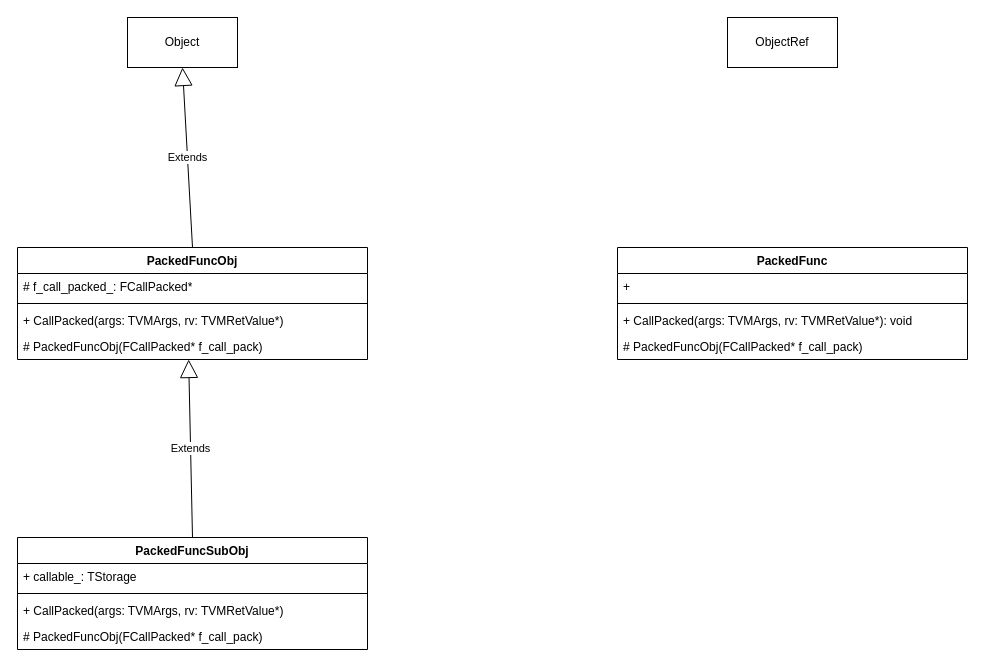
Earlier version of the draw.io diagram page "packed_func" (13 of 15) of runtime.drawio (gdhzyz/draws). Source tidied: cells renumbered, new cells numbered last; positions are measured from the earlier drawing's top-left corner, leaving out a move shared by most shapes. Both pictures are drawn from the tidied source at 100%, with x=0, y=0 at pixel (17, 17).
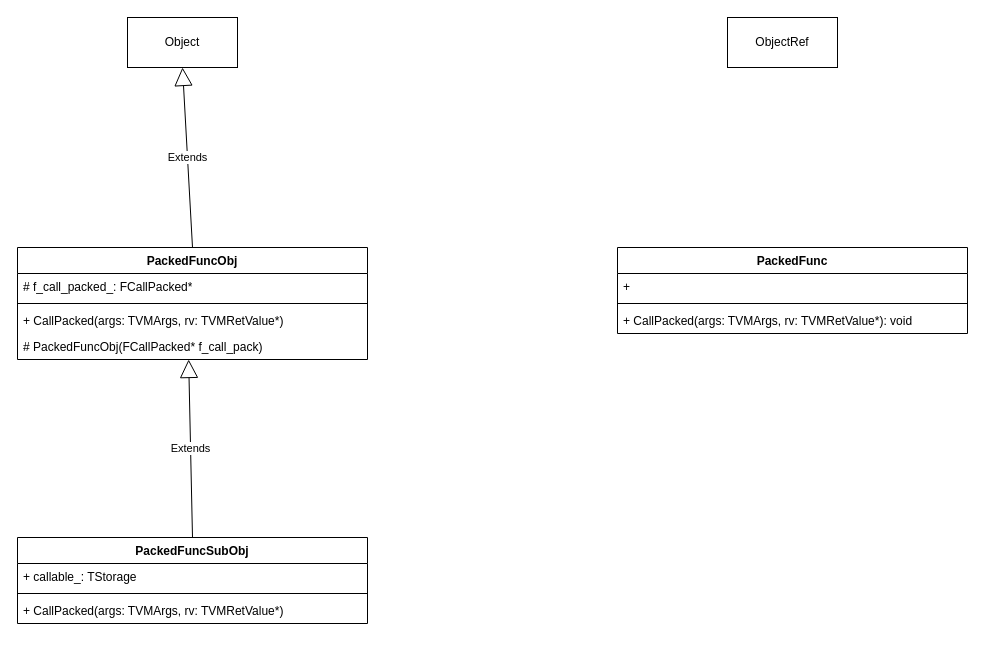
After the change.

Diff of the diagram source:
```diff
@@
     <mxCell id="8" value="PackedFuncSubObj" style="swimlane;fontStyle=1;align=center;verticalAlign=top;horizontal=1;startSize=26;whiteSpace=wrap;html=1;" parent="1" vertex="1">
-      <mxGeometry y="520" width="350" height="112" as="geometry" />
+      <mxGeometry y="520" width="350" height="86" as="geometry" />
     </mxCell>
@@
-    <mxCell id="12" value="# PackedFuncObj(FCallPacked* f_call_pack)" style="text;strokeColor=none;fillColor=none;align=left;verticalAlign=top;spacingLeft=4;spacingRight=4;overflow=hidden;whiteSpace=wrap;html=1;" parent="8" vertex="1">
-      <mxGeometry y="86" width="350" height="26" as="geometry" />
-    </mxCell>
@@
     <mxCell id="16" value="PackedFunc" style="swimlane;fontStyle=1;align=center;verticalAlign=top;horizontal=1;startSize=26;whiteSpace=wrap;html=1;" parent="1" vertex="1">
-      <mxGeometry x="600" y="230" width="350" height="112" as="geometry" />
+      <mxGeometry x="600" y="230" width="350" height="86" as="geometry" />
     </mxCell>
@@
-    <mxCell id="20" value="# PackedFuncObj(FCallPacked* f_call_pack)" style="text;strokeColor=none;fillColor=none;align=left;verticalAlign=top;spacingLeft=4;spacingRight=4;overflow=hidden;whiteSpace=wrap;html=1;" parent="16" vertex="1">
-      <mxGeometry y="86" width="350" height="26" as="geometry" />
-    </mxCell>
```
